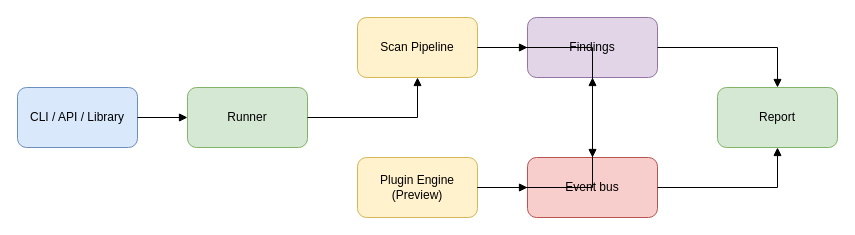
Before: page "Runtime Flow" (1 of 2) of docs/architecture.drawio in ITherso/termivar, a draw.io diagram. Source tidied: cells renumbered, new cells numbered last; positions are measured from the earlier drawing's top-left corner, leaving out a move shared by most shapes. Both pictures are drawn from the tidied source at 100%, with x=0, y=0 at pixel (17, 17).
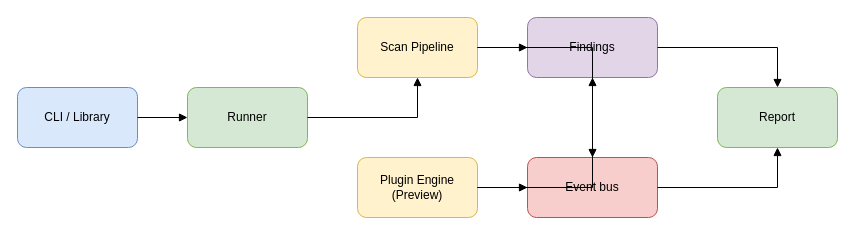
The same diagram, later.

What changed in the source:
```diff
@@
 <mxGraphModel>
   <root>
     <mxCell id="0" />
     <mxCell id="1" parent="0" />
-    <mxCell id="2" value="CLI / API / Library" style="rounded=1;whiteSpace=wrap;html=1;fillColor=#dae8fc;strokeColor=#6c8ebf;" parent="1" vertex="1">
+    <mxCell id="2" value="CLI / Library" style="rounded=1;whiteSpace=wrap;html=1;fillColor=#dae8fc;strokeColor=#6c8ebf;" parent="1" vertex="1">
       <mxGeometry y="70" width="120" height="60" as="geometry" />
     </mxCell>
     <mxCell id="3" value="Runner" style="rounded=1;whiteSpace=wrap;html=1;fillColor=#d5e8d4;strokeColor=#82b366;" parent="1" vertex="1">
       <mxGeometry x="170" y="70" width="120" height="60" as="geometry" />
     </mxCell>
     <mxCell id="4" value="Scan Pipeline" style="rounded=1;whiteSpace=wrap;html=1;fillColor=#fff2cc;strokeColor=#d6b656;" parent="1" vertex="1">
       <mxGeometry x="340" width="120" height="60" as="geometry" />
     </mxCell>
     <mxCell id="5" value="Plugin Engine (Preview)" style="rounded=1;whiteSpace=wrap;html=1;fillColor=#fff2cc;strokeColor=#d6b656;" parent="1" vertex="1">
       <mxGeometry x="340" y="140" width="120" height="60" as="geometry" />
     </mxCell>
     <mxCell id="6" value="Findings" style="rounded=1;whiteSpace=wrap;html=1;fillColor=#e1d5e7;strokeColor=#9673a6;" parent="1" vertex="1">
       <mxGeometry x="510" width="130" height="60" as="geometry" />
     </mxCell>
     <mxCell id="7" value="Event bus" style="rounded=1;whiteSpace=wrap;html=1;fillColor=#f8cecc;strokeColor=#b85450;" parent="1" vertex="1">
       <mxGeometry x="510" y="140" width="130" height="60" as="geometry" />
     </mxCell>
     <mxCell id="8" value="Report" style="rounded=1;whiteSpace=wrap;html=1;fillColor=#d5e8d4;strokeColor=#82b366;" parent="1" vertex="1">
       <mxGeometry x="700" y="70" width="120" height="60" as="geometry" />
     </mxCell>
     <mxCell id="9" style="edgeStyle=orthogonalEdgeStyle;rounded=0;html=1;endArrow=block;" parent="1" edge="1" source="2" target="3">
       <mxGeometry relative="1" as="geometry" />
     </mxCell>
     <mxCell id="10" style="edgeStyle=orthogonalEdgeStyle;rounded=0;html=1;endArrow=block;" parent="1" edge="1" source="3" target="4">
       <mxGeometry relative="1" as="geometry" />
     </mxCell>
     <mxCell id="11" style="edgeStyle=orthogonalEdgeStyle;rounded=0;html=1;endArrow=block;" parent="1" edge="1" source="4" target="6">
       <mxGeometry relative="1" as="geometry" />
     </mxCell>
     <mxCell id="12" style="edgeStyle=orthogonalEdgeStyle;rounded=0;html=1;endArrow=block;" parent="1" edge="1" source="5" target="6">
       <mxGeometry relative="1" as="geometry" />
     </mxCell>
     <mxCell id="13" style="edgeStyle=orthogonalEdgeStyle;rounded=0;html=1;endArrow=block;" parent="1" edge="1" source="4" target="7">
       <mxGeometry relative="1" as="geometry" />
     </mxCell>
     <mxCell id="14" style="edgeStyle=orthogonalEdgeStyle;rounded=0;html=1;endArrow=block;" parent="1" edge="1" source="5" target="7">
       <mxGeometry relative="1" as="geometry" />
     </mxCell>
     <mxCell id="15" style="edgeStyle=orthogonalEdgeStyle;rounded=0;html=1;endArrow=block;" parent="1" edge="1" source="6" target="8">
       <mxGeometry relative="1" as="geometry" />
     </mxCell>
     <mxCell id="16" style="edgeStyle=orthogonalEdgeStyle;rounded=0;html=1;endArrow=block;" parent="1" edge="1" source="7" target="8">
       <mxGeometry relative="1" as="geometry" />
     </mxCell>
   </root>
 </mxGraphModel>
```
